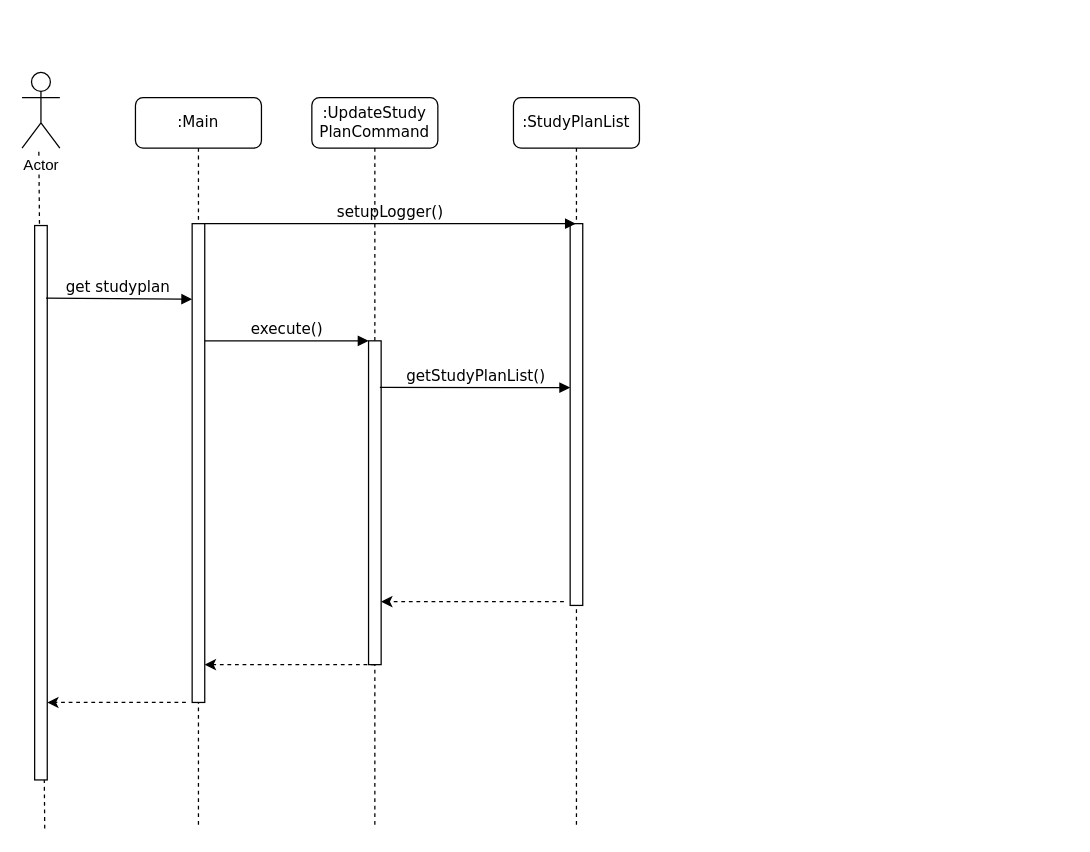
This is docs/images/getStudyPlanListSequenceDiagram.drawio from sliu107/tp, a draw.io file, before an edit. Source tidied: cells renumbered, new cells numbered last; positions are measured from the earlier drawing's top-left corner, leaving out a move shared by most shapes. Both pictures are drawn from the tidied source at 126%, with x=0, y=0 at pixel (21, 72).
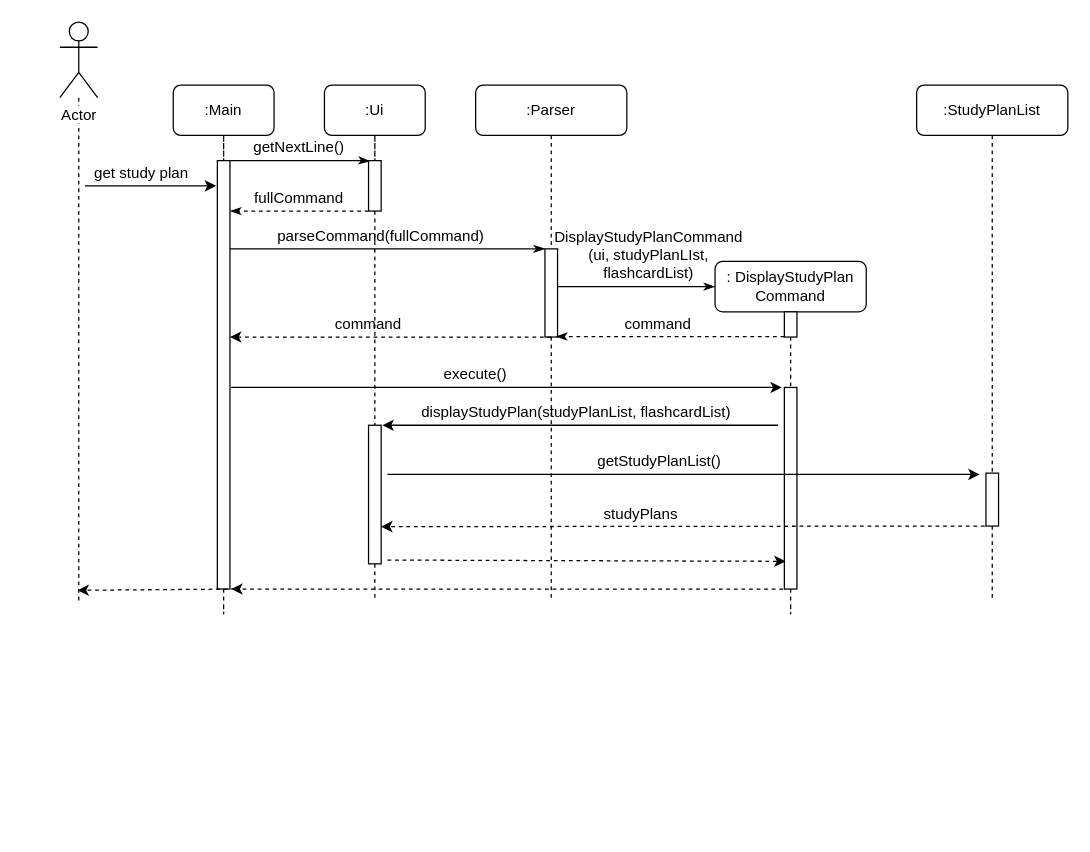
Above is the later version.

Commit message (it also covers changes not shown here):
Update sequence diagrams for get and update study plan

Diff of the diagram source:
```diff
@@
-<mxGraphModel background="#ffffff">
+<mxGraphModel>
@@
-    <mxCell id="2" style="endArrow=none;dashed=1;html=1;" parent="1" edge="1">
-      <mxGeometry relative="1" as="geometry">
-        <mxPoint x="18" y="600" as="sourcePoint" />
-        <mxPoint x="13.3" y="60" as="targetPoint" />
-      </mxGeometry>
-    </mxCell>
-    <mxCell id="3" value=":UpdateStudy&lt;br&gt;PlanCommand" style="shape=umlLifeline;perimeter=lifelinePerimeter;whiteSpace=wrap;html=1;rounded=1;shadow=0;comic=0;labelBackgroundColor=none;strokeWidth=1;fontFamily=Verdana;fontSize=12;align=center;" parent="1" vertex="1">
-      <mxGeometry x="230" y="20" width="100" height="580" as="geometry" />
-    </mxCell>
-    <mxCell id="4" style="html=1;points=[];perimeter=orthogonalPerimeter;rounded=0;shadow=0;comic=0;labelBackgroundColor=none;strokeWidth=1;fontFamily=Verdana;fontSize=12;align=center;" parent="3" vertex="1">
-      <mxGeometry x="45" y="193" width="10" height="257" as="geometry" />
-    </mxCell>
+    <mxCell id="18" style="edgeStyle=orthogonalEdgeStyle;rounded=0;jettySize=auto;html=1;dashed=1;endArrow=none;endFill=0;" parent="1" edge="1" source="14">
+      <mxGeometry relative="1" as="geometry">
+        <mxPoint x="45" y="420" as="targetPoint" />
+      </mxGeometry>
+    </mxCell>
+    <mxCell id="14" value="Actor" style="shape=umlActor;verticalLabelPosition=bottom;labelBackgroundColor=#ffffff;verticalAlign=top;html=1;" parent="1" vertex="1">
+      <mxGeometry x="30" y="-40" width="30" height="60" as="geometry" />
+    </mxCell>
+    <mxCell id="19" style="edgeStyle=orthogonalEdgeStyle;rounded=0;jettySize=auto;html=1;dashed=1;endArrow=none;endFill=0;" parent="1" edge="1" source="47">
+      <mxGeometry relative="1" as="geometry">
+        <mxPoint x="610" y="420" as="targetPoint" />
+      </mxGeometry>
+    </mxCell>
+    <mxCell id="20" value=":&amp;nbsp;DisplayStudyPlan&lt;br&gt;Command" style="rounded=1;whiteSpace=wrap;html=1;" parent="1" vertex="1">
+      <mxGeometry x="550" y="150" width="120" height="40" as="geometry" />
+    </mxCell>
+    <mxCell id="21" style="edgeStyle=orthogonalEdgeStyle;rounded=0;jettySize=auto;html=1;dashed=1;endArrow=none;endFill=0;" parent="1" edge="1" source="51">
+      <mxGeometry relative="1" as="geometry">
+        <mxPoint x="770" y="420" as="targetPoint" />
+      </mxGeometry>
+    </mxCell>
-    <mxCell id="5" value=":StudyPlanList" style="shape=umlLifeline;perimeter=lifelinePerimeter;whiteSpace=wrap;html=1;outlineConnect=0;rounded=1;shadow=0;comic=0;labelBackgroundColor=none;strokeWidth=1;fontFamily=Verdana;fontSize=12;align=center;" parent="1" vertex="1">
-      <mxGeometry x="390" y="20" width="100" height="580" as="geometry" />
+    <mxCell id="5" value=":StudyPlanList" style="rounded=1;whiteSpace=wrap;html=1;" parent="1" vertex="1">
+      <mxGeometry x="710" y="10" width="120" height="40" as="geometry" />
     </mxCell>
-    <mxCell id="6" style="html=1;perimeter=orthogonalPerimeter;rounded=0;shadow=0;comic=0;labelBackgroundColor=none;strokeWidth=1;fontFamily=Verdana;fontSize=12;align=center;" parent="5" vertex="1">
-      <mxGeometry x="45" y="100" width="10" height="303" as="geometry" />
-    </mxCell>
+    <mxCell id="22" style="edgeStyle=orthogonalEdgeStyle;rounded=0;jettySize=auto;html=1;dashed=1;endArrow=none;endFill=0;" parent="1" edge="1" source="55">
+      <mxGeometry relative="1" as="geometry">
+        <mxPoint x="280" y="420" as="targetPoint" />
+      </mxGeometry>
+    </mxCell>
+    <mxCell id="23" value=":Ui" style="rounded=1;whiteSpace=wrap;html=1;" parent="1" vertex="1">
+      <mxGeometry x="240" y="10" width="80" height="40" as="geometry" />
+    </mxCell>
+    <mxCell id="24" style="edgeStyle=orthogonalEdgeStyle;rounded=0;jettySize=auto;html=1;dashed=1;endArrow=none;endFill=0;" parent="1" edge="1" source="39">
+      <mxGeometry relative="1" as="geometry">
+        <mxPoint x="420" y="420" as="targetPoint" />
+      </mxGeometry>
+    </mxCell>
+    <mxCell id="25" value=":Parser" style="rounded=1;whiteSpace=wrap;html=1;" parent="1" vertex="1">
+      <mxGeometry x="360" y="10" width="120" height="40" as="geometry" />
+    </mxCell>
+    <mxCell id="26" style="edgeStyle=orthogonalEdgeStyle;rounded=0;jettySize=auto;html=1;dashed=1;endArrow=none;endFill=0;" parent="1" edge="1" source="29">
+      <mxGeometry relative="1" as="geometry">
+        <mxPoint x="160" y="420" as="targetPoint" />
+      </mxGeometry>
+    </mxCell>
-    <mxCell id="7" value=":Main" style="shape=umlLifeline;perimeter=lifelinePerimeter;whiteSpace=wrap;html=1;outlineConnect=0;rounded=1;shadow=0;comic=0;labelBackgroundColor=none;strokeWidth=1;fontFamily=Verdana;fontSize=12;align=center;" parent="1" vertex="1">
-      <mxGeometry x="90" y="20" width="100" height="580" as="geometry" />
+    <mxCell id="7" value=":Main" style="rounded=1;whiteSpace=wrap;html=1;" parent="1" vertex="1">
+      <mxGeometry x="120" y="10" width="80" height="40" as="geometry" />
     </mxCell>
-    <mxCell id="8" style="html=1;points=[];perimeter=orthogonalPerimeter;rounded=0;shadow=0;comic=0;labelBackgroundColor=none;strokeWidth=1;fontFamily=Verdana;fontSize=12;align=center;" parent="7" vertex="1">
-      <mxGeometry x="45" y="100" width="10" height="380" as="geometry" />
-    </mxCell>
-    <mxCell id="9" value="setupLogger()" style="html=1;verticalAlign=bottom;endArrow=block;labelBackgroundColor=none;fontFamily=Verdana;fontSize=12;" parent="1" edge="1" source="8" target="5">
-      <mxGeometry relative="1" as="geometry">
-        <Array as="points">
-          <mxPoint x="400" y="120" />
-        </Array>
-      </mxGeometry>
-    </mxCell>
+    <mxCell id="27" style="edgeStyle=orthogonalEdgeStyle;rounded=0;jettySize=auto;html=1;endArrow=classicThin;endFill=1;entryX=0.1;entryY=0.013;entryDx=0;entryDy=0;entryPerimeter=0;" parent="1" edge="1" source="29" target="32">
+      <mxGeometry relative="1" as="geometry">
+        <Array as="points">
+          <mxPoint x="270" y="70" />
+          <mxPoint x="270" y="71" />
+        </Array>
+      </mxGeometry>
+    </mxCell>
+    <mxCell id="28" style="edgeStyle=orthogonalEdgeStyle;rounded=0;jettySize=auto;html=1;endArrow=classicThin;endFill=1;" parent="1" edge="1" source="29" target="39">
+      <mxGeometry relative="1" as="geometry">
+        <Array as="points">
+          <mxPoint x="410" y="140" />
+          <mxPoint x="410" y="140" />
+        </Array>
+      </mxGeometry>
+    </mxCell>
+    <mxCell id="29" style="html=1;points=[];perimeter=orthogonalPerimeter;" parent="1" vertex="1">
+      <mxGeometry x="155" y="70" width="10" height="340" as="geometry" />
+    </mxCell>
+    <mxCell id="30" style="edgeStyle=orthogonalEdgeStyle;rounded=0;jettySize=auto;html=1;dashed=1;endArrow=none;endFill=0;" parent="1" edge="1" source="7" target="29">
+      <mxGeometry relative="1" as="geometry" />
+    </mxCell>
+    <mxCell id="31" style="edgeStyle=orthogonalEdgeStyle;rounded=0;jettySize=auto;html=1;endArrow=classicThin;endFill=1;dashed=1;" parent="1" edge="1" source="32" target="29">
+      <mxGeometry relative="1" as="geometry">
+        <Array as="points">
+          <mxPoint x="230" y="110" />
+          <mxPoint x="230" y="110" />
+        </Array>
+      </mxGeometry>
+    </mxCell>
+    <mxCell id="32" style="html=1;points=[];perimeter=orthogonalPerimeter;" parent="1" vertex="1">
+      <mxGeometry x="275" y="70" width="10" height="40" as="geometry" />
+    </mxCell>
+    <mxCell id="33" style="edgeStyle=orthogonalEdgeStyle;rounded=0;jettySize=auto;html=1;dashed=1;endArrow=none;endFill=0;" parent="1" edge="1" source="23" target="32">
+      <mxGeometry relative="1" as="geometry" />
+    </mxCell>
+    <mxCell id="34" value="getNextLine()" style="text;html=1;strokeColor=none;fillColor=none;align=center;verticalAlign=middle;whiteSpace=wrap;rounded=0;" parent="1" vertex="1">
+      <mxGeometry x="200" y="50" width="40" height="20" as="geometry" />
+    </mxCell>
+    <mxCell id="35" style="endArrow=classic;html=1;" parent="1" edge="1">
+      <mxGeometry relative="1" as="geometry">
+        <mxPoint x="50" y="90" as="sourcePoint" />
+        <mxPoint x="154" y="90" as="targetPoint" />
+      </mxGeometry>
+    </mxCell>
+    <mxCell id="36" value="get study plan" style="text;html=1;strokeColor=none;fillColor=none;align=center;verticalAlign=middle;whiteSpace=wrap;rounded=0;" parent="1" vertex="1">
+      <mxGeometry x="35" y="70" width="120" height="20" as="geometry" />
+    </mxCell>
+    <mxCell id="37" value="fullCommand" style="text;html=1;strokeColor=none;fillColor=none;align=center;verticalAlign=middle;whiteSpace=wrap;rounded=0;" parent="1" vertex="1">
+      <mxGeometry x="175" y="90" width="90" height="20" as="geometry" />
+    </mxCell>
+    <mxCell id="38" style="edgeStyle=orthogonalEdgeStyle;rounded=0;jettySize=auto;html=1;entryX=0;entryY=0.5;entryDx=0;entryDy=0;endArrow=classicThin;endFill=1;" parent="1" edge="1" source="39" target="20">
+      <mxGeometry relative="1" as="geometry">
+        <Array as="points">
+          <mxPoint x="440" y="170" />
+          <mxPoint x="440" y="170" />
+        </Array>
+      </mxGeometry>
+    </mxCell>
+    <mxCell id="39" style="html=1;points=[];perimeter=orthogonalPerimeter;" parent="1" vertex="1">
+      <mxGeometry x="415" y="140" width="10" height="70" as="geometry" />
+    </mxCell>
+    <mxCell id="40" style="edgeStyle=orthogonalEdgeStyle;rounded=0;jettySize=auto;html=1;dashed=1;endArrow=none;endFill=0;" parent="1" edge="1" source="25" target="39">
+      <mxGeometry relative="1" as="geometry" />
+    </mxCell>
+    <mxCell id="41" value="parseCommand(fullCommand)" style="text;html=1;strokeColor=none;fillColor=none;align=center;verticalAlign=middle;whiteSpace=wrap;rounded=0;" parent="1" vertex="1">
+      <mxGeometry x="230" y="120" width="110" height="20" as="geometry" />
+    </mxCell>
+    <mxCell id="42" value="DisplayStudyPlanCommand&lt;br&gt;(ui, studyPlanLIst, flashcardList)" style="text;html=1;strokeColor=none;fillColor=none;align=center;verticalAlign=middle;whiteSpace=wrap;rounded=0;" parent="1" vertex="1">
+      <mxGeometry x="430" y="130" width="135" height="30" as="geometry" />
+    </mxCell>
+    <mxCell id="43" style="edgeStyle=orthogonalEdgeStyle;rounded=0;jettySize=auto;html=1;endArrow=classicThin;endFill=1;entryX=0.873;entryY=0.994;entryDx=0;entryDy=0;entryPerimeter=0;dashed=1;" parent="1" edge="1" source="44" target="39">
+      <mxGeometry relative="1" as="geometry">
+        <Array as="points">
+          <mxPoint x="590" y="210" />
+        </Array>
+      </mxGeometry>
+    </mxCell>
+    <mxCell id="44" style="html=1;points=[];perimeter=orthogonalPerimeter;" parent="1" vertex="1">
+      <mxGeometry x="605" y="190" width="10" height="20" as="geometry" />
+    </mxCell>
+    <mxCell id="45" value="command" style="text;html=1;strokeColor=none;fillColor=none;align=center;verticalAlign=middle;whiteSpace=wrap;rounded=0;" parent="1" vertex="1">
+      <mxGeometry x="460" y="190" width="90" height="20" as="geometry" />
+    </mxCell>
+    <mxCell id="46" style="endArrow=classic;html=1;" parent="1" edge="1">
+      <mxGeometry relative="1" as="geometry">
+        <mxPoint x="166" y="250" as="sourcePoint" />
+        <mxPoint x="603" y="250" as="targetPoint" />
+      </mxGeometry>
+    </mxCell>
+    <mxCell id="47" style="html=1;points=[];perimeter=orthogonalPerimeter;" parent="1" vertex="1">
+      <mxGeometry x="605" y="250" width="10" height="160" as="geometry" />
+    </mxCell>
+    <mxCell id="48" style="edgeStyle=orthogonalEdgeStyle;rounded=0;jettySize=auto;html=1;dashed=1;endArrow=none;endFill=0;" parent="1" edge="1" source="44" target="47">
+      <mxGeometry relative="1" as="geometry" />
+    </mxCell>
-    <mxCell id="10" value="execute()" style="html=1;verticalAlign=bottom;endArrow=block;entryX=0;entryY=0;labelBackgroundColor=none;fontFamily=Verdana;fontSize=12;edgeStyle=elbowEdgeStyle;elbow=vertical;" parent="1" edge="1" source="8" target="4">
-      <mxGeometry relative="1" as="geometry" />
+    <mxCell id="10" value="execute()" style="text;html=1;strokeColor=none;fillColor=none;align=center;verticalAlign=middle;whiteSpace=wrap;rounded=0;" parent="1" vertex="1">
+      <mxGeometry x="305" y="230" width="110" height="20" as="geometry" />
     </mxCell>
+    <mxCell id="49" style="endArrow=classic;html=1;exitX=0.5;exitY=1;exitDx=0;exitDy=0;exitPerimeter=0;dashed=1;" parent="1" edge="1" source="39">
+      <mxGeometry relative="1" as="geometry">
+        <mxPoint x="165" y="210" as="targetPoint" />
+      </mxGeometry>
+    </mxCell>
+    <mxCell id="50" value="command" style="text;html=1;strokeColor=none;fillColor=none;align=center;verticalAlign=middle;whiteSpace=wrap;rounded=0;" parent="1" vertex="1">
+      <mxGeometry x="230" y="190" width="90" height="20" as="geometry" />
+    </mxCell>
+    <mxCell id="51" style="html=1;points=[];perimeter=orthogonalPerimeter;" parent="1" vertex="1">
+      <mxGeometry x="765" y="318" width="10" height="42" as="geometry" />
+    </mxCell>
+    <mxCell id="52" style="edgeStyle=orthogonalEdgeStyle;rounded=0;jettySize=auto;html=1;dashed=1;endArrow=none;endFill=0;" parent="1" edge="1" source="5" target="51">
+      <mxGeometry relative="1" as="geometry" />
+    </mxCell>
+    <mxCell id="53" value="displayStudyPlan(studyPlanList, flashcardList)" style="text;html=1;strokeColor=none;fillColor=none;align=center;verticalAlign=middle;whiteSpace=wrap;rounded=0;" parent="1" vertex="1">
+      <mxGeometry x="300" y="260" width="280" height="20" as="geometry" />
+    </mxCell>
+    <mxCell id="54" style="endArrow=classic;html=1;" parent="1" edge="1">
+      <mxGeometry relative="1" as="geometry">
+        <mxPoint x="600" y="280" as="sourcePoint" />
+        <mxPoint x="286" y="280" as="targetPoint" />
+      </mxGeometry>
+    </mxCell>
+    <mxCell id="55" style="html=1;points=[];perimeter=orthogonalPerimeter;" parent="1" vertex="1">
+      <mxGeometry x="275" y="280" width="10" height="110" as="geometry" />
+    </mxCell>
+    <mxCell id="56" style="edgeStyle=orthogonalEdgeStyle;rounded=0;jettySize=auto;html=1;dashed=1;endArrow=none;endFill=0;" parent="1" edge="1" source="32" target="55">
+      <mxGeometry relative="1" as="geometry" />
+    </mxCell>
+    <mxCell id="57" style="endArrow=classic;html=1;" parent="1" edge="1">
+      <mxGeometry relative="1" as="geometry">
+        <mxPoint x="290" y="319" as="sourcePoint" />
+        <mxPoint x="760" y="319" as="targetPoint" />
+      </mxGeometry>
+    </mxCell>
-    <mxCell id="11" value="getStudyPlanList()" style="html=1;verticalAlign=bottom;endArrow=block;entryX=-0.4;entryY=0.3;labelBackgroundColor=none;fontFamily=Verdana;fontSize=12;edgeStyle=elbowEdgeStyle;elbow=vertical;entryDx=0;entryDy=0;entryPerimeter=0;" parent="1" edge="1">
-      <mxGeometry relative="1" as="geometry">
-        <mxPoint x="284" y="250" as="sourcePoint" />
-        <mxPoint x="435" y="250" as="targetPoint" />
-        <Array as="points">
-          <mxPoint x="435" y="250.1" />
-        </Array>
-      </mxGeometry>
+    <mxCell id="11" value="getStudyPlanList()" style="text;html=1;" parent="1" vertex="1">
+      <mxGeometry x="455" y="295" width="120" height="30" as="geometry" />
     </mxCell>
-    <mxCell id="12" style="endArrow=classic;html=1;dashed=1;" parent="1" edge="1" target="4">
-      <mxGeometry relative="1" as="geometry">
-        <mxPoint x="430" y="420" as="sourcePoint" />
-        <Array as="points">
-          <mxPoint x="360" y="420" />
-        </Array>
-      </mxGeometry>
-    </mxCell>
-    <mxCell id="13" style="endArrow=classic;html=1;dashed=1;" parent="1" edge="1">
-      <mxGeometry relative="1" as="geometry">
-        <mxPoint x="280" y="470" as="sourcePoint" />
-        <mxPoint x="145" y="470" as="targetPoint" />
-        <Array as="points">
-          <mxPoint x="220" y="470" />
-        </Array>
-      </mxGeometry>
-    </mxCell>
-    <mxCell id="14" value="Actor" style="shape=umlActor;verticalLabelPosition=bottom;labelBackgroundColor=#ffffff;verticalAlign=top;html=1;outlineConnect=0;" parent="1" vertex="1">
-      <mxGeometry width="30" height="60" as="geometry" />
-    </mxCell>
-    <mxCell id="15" style="html=1;points=[];perimeter=orthogonalPerimeter;rounded=0;shadow=0;comic=0;labelBackgroundColor=none;strokeWidth=1;fontFamily=Verdana;fontSize=12;align=center;" parent="1" vertex="1">
-      <mxGeometry x="10" y="121.5" width="10" height="440" as="geometry" />
-    </mxCell>
-    <mxCell id="16" style="endArrow=classic;html=1;dashed=1;" parent="1" edge="1">
-      <mxGeometry relative="1" as="geometry">
-        <mxPoint x="130" y="500" as="sourcePoint" />
-        <mxPoint x="20" y="500" as="targetPoint" />
-        <Array as="points">
-          <mxPoint x="95" y="500" />
-        </Array>
-      </mxGeometry>
-    </mxCell>
-    <mxCell id="17" value="get studyplan" style="html=1;verticalAlign=bottom;endArrow=block;entryX=0;entryY=0;labelBackgroundColor=none;fontFamily=Verdana;fontSize=12;edgeStyle=elbowEdgeStyle;elbow=vertical;exitX=0.9;exitY=0.131;exitDx=0;exitDy=0;exitPerimeter=0;" parent="1" edge="1" source="15">
-      <mxGeometry relative="1" as="geometry">
-        <mxPoint x="135" y="180" as="targetPoint" />
-      </mxGeometry>
-    </mxCell>
+    <mxCell id="58" style="endArrow=classic;html=1;exitX=0;exitY=0.976;exitDx=0;exitDy=0;exitPerimeter=0;dashed=1;" parent="1" edge="1">
+      <mxGeometry relative="1" as="geometry">
+        <mxPoint x="764" y="360" as="sourcePoint" />
+        <mxPoint x="285" y="360.5" as="targetPoint" />
+      </mxGeometry>
+    </mxCell>
+    <mxCell id="59" value="studyPlans" style="text;html=1;" parent="1" vertex="1">
+      <mxGeometry x="460" y="336.5" width="120" height="5" as="geometry" />
+    </mxCell>
+    <mxCell id="60" style="endArrow=classic;html=1;dashed=1;entryX=0.1;entryY=0.94;entryDx=0;entryDy=0;entryPerimeter=0;" parent="1" edge="1">
+      <mxGeometry relative="1" as="geometry">
+        <mxPoint x="290" y="387" as="sourcePoint" />
+        <mxPoint x="606" y="388" as="targetPoint" />
+      </mxGeometry>
+    </mxCell>
+    <mxCell id="61" style="endArrow=classic;html=1;dashed=1;entryX=0.7;entryY=1;entryDx=0;entryDy=0;entryPerimeter=0;" parent="1" edge="1">
+      <mxGeometry relative="1" as="geometry">
+        <mxPoint x="604" y="410" as="sourcePoint" />
+        <mxPoint x="166" y="410" as="targetPoint" />
+      </mxGeometry>
+    </mxCell>
+    <mxCell id="62" style="endArrow=classic;html=1;dashed=1;" parent="1" edge="1">
+      <mxGeometry relative="1" as="geometry">
+        <mxPoint x="169" y="410" as="sourcePoint" />
+        <mxPoint x="44" y="411" as="targetPoint" />
+      </mxGeometry>
+    </mxCell>
```
